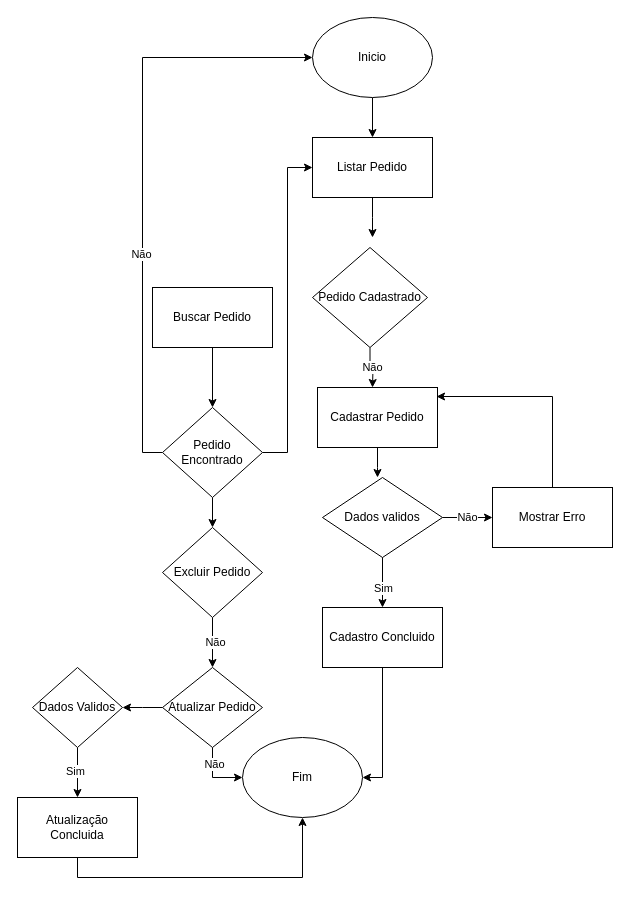
Before: page "Página-6" (5 of 10) of doc/fluxograma.drawio in pati573022/avatarapp, a draw.io diagram. Source tidied: cells renumbered, new cells numbered last; positions are measured from the earlier drawing's top-left corner, leaving out a move shared by most shapes. Both pictures are drawn from the tidied source at 100%, with x=0, y=0 at pixel (17, 17).
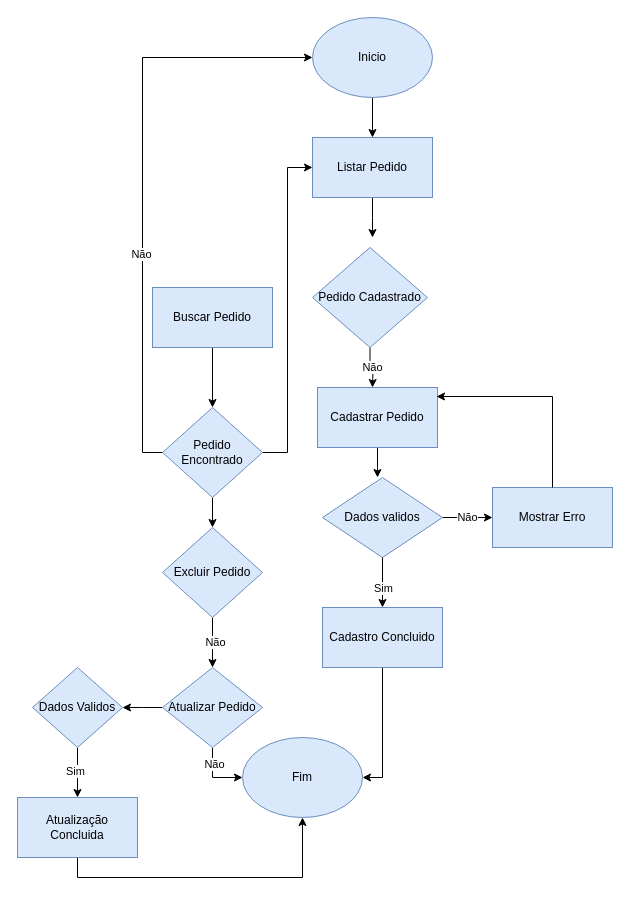
The same page after the edit.

The edit, as a diff of the source:
```diff
@@
-    <mxCell id="3" value="Inicio" style="ellipse;whiteSpace=wrap;html=1;" parent="1" vertex="1">
+    <mxCell id="3" value="Inicio" style="ellipse;whiteSpace=wrap;html=1;fillColor=#dae8fc;strokeColor=#6c8ebf;" parent="1" vertex="1">
       <mxGeometry x="295" width="120" height="80" as="geometry" />
     </mxCell>
@@
-    <mxCell id="5" value="Listar Pedido" style="rounded=0;whiteSpace=wrap;html=1;" parent="1" vertex="1">
+    <mxCell id="5" value="Listar Pedido" style="rounded=0;whiteSpace=wrap;html=1;fillColor=#dae8fc;strokeColor=#6c8ebf;" parent="1" vertex="1">
       <mxGeometry x="295" y="120" width="120" height="60" as="geometry" />
     </mxCell>
@@
-    <mxCell id="7" value="Pedido Cadastrado" style="rhombus;whiteSpace=wrap;html=1;" parent="1" vertex="1">
+    <mxCell id="7" value="Pedido Cadastrado" style="rhombus;whiteSpace=wrap;html=1;fillColor=#dae8fc;strokeColor=#6c8ebf;" parent="1" vertex="1">
       <mxGeometry x="295" y="230" width="115" height="100" as="geometry" />
     </mxCell>
@@
-    <mxCell id="9" value="Cadastrar Pedido" style="rounded=0;whiteSpace=wrap;html=1;" parent="1" vertex="1">
+    <mxCell id="9" value="Cadastrar Pedido" style="rounded=0;whiteSpace=wrap;html=1;fillColor=#dae8fc;strokeColor=#6c8ebf;" parent="1" vertex="1">
       <mxGeometry x="300" y="370" width="120" height="60" as="geometry" />
     </mxCell>
@@
-    <mxCell id="11" value="Dados validos" style="rhombus;whiteSpace=wrap;html=1;" parent="1" vertex="1">
+    <mxCell id="11" value="Dados validos" style="rhombus;whiteSpace=wrap;html=1;fillColor=#dae8fc;strokeColor=#6c8ebf;" parent="1" vertex="1">
       <mxGeometry x="305" y="460" width="120" height="80" as="geometry" />
     </mxCell>
-    <mxCell id="12" value="Mostrar Erro" style="rounded=0;whiteSpace=wrap;html=1;" parent="1" vertex="1">
+    <mxCell id="12" value="Mostrar Erro" style="rounded=0;whiteSpace=wrap;html=1;fillColor=#dae8fc;strokeColor=#6c8ebf;" parent="1" vertex="1">
       <mxGeometry x="475" y="470" width="120" height="60" as="geometry" />
     </mxCell>
@@
-    <mxCell id="17" value="Cadastro Concluido" style="rounded=0;whiteSpace=wrap;html=1;" parent="1" vertex="1">
+    <mxCell id="17" value="Cadastro Concluido" style="rounded=0;whiteSpace=wrap;html=1;fillColor=#dae8fc;strokeColor=#6c8ebf;" parent="1" vertex="1">
       <mxGeometry x="305" y="590" width="120" height="60" as="geometry" />
     </mxCell>
@@
-    <mxCell id="19" value="Buscar Pedido" style="rounded=0;whiteSpace=wrap;html=1;" parent="1" vertex="1">
+    <mxCell id="19" value="Buscar Pedido" style="rounded=0;whiteSpace=wrap;html=1;fillColor=#dae8fc;strokeColor=#6c8ebf;" parent="1" vertex="1">
       <mxGeometry x="135" y="270" width="120" height="60" as="geometry" />
     </mxCell>
@@
-    <mxCell id="24" value="Pedido Encontrado" style="rhombus;whiteSpace=wrap;html=1;" parent="1" vertex="1">
+    <mxCell id="24" value="Pedido Encontrado" style="rhombus;whiteSpace=wrap;html=1;fillColor=#dae8fc;strokeColor=#6c8ebf;" parent="1" vertex="1">
       <mxGeometry x="145" y="390" width="100" height="90" as="geometry" />
     </mxCell>
@@
-    <mxCell id="27" value="Excluir Pedido" style="rhombus;whiteSpace=wrap;html=1;" parent="1" vertex="1">
+    <mxCell id="27" value="Excluir Pedido" style="rhombus;whiteSpace=wrap;html=1;fillColor=#dae8fc;strokeColor=#6c8ebf;" parent="1" vertex="1">
       <mxGeometry x="145" y="510" width="100" height="90" as="geometry" />
     </mxCell>
@@
-    <mxCell id="31" value="Atualizar Pedido" style="rhombus;whiteSpace=wrap;html=1;" parent="1" vertex="1">
+    <mxCell id="31" value="Atualizar Pedido" style="rhombus;whiteSpace=wrap;html=1;fillColor=#dae8fc;strokeColor=#6c8ebf;" parent="1" vertex="1">
       <mxGeometry x="145" y="650" width="100" height="80" as="geometry" />
     </mxCell>
-    <mxCell id="32" value="Fim" style="ellipse;whiteSpace=wrap;html=1;" parent="1" vertex="1">
+    <mxCell id="32" value="Fim" style="ellipse;whiteSpace=wrap;html=1;fillColor=#dae8fc;strokeColor=#6c8ebf;" parent="1" vertex="1">
       <mxGeometry x="225" y="720" width="120" height="80" as="geometry" />
     </mxCell>
@@
-    <mxCell id="34" value="Atualização Concluida" style="rounded=0;whiteSpace=wrap;html=1;" parent="1" vertex="1">
+    <mxCell id="34" value="Atualização Concluida" style="rounded=0;whiteSpace=wrap;html=1;fillColor=#dae8fc;strokeColor=#6c8ebf;" parent="1" vertex="1">
       <mxGeometry y="780" width="120" height="60" as="geometry" />
     </mxCell>
@@
-    <mxCell id="37" value="Dados Validos" style="rhombus;whiteSpace=wrap;html=1;" parent="1" vertex="1">
+    <mxCell id="37" value="Dados Validos" style="rhombus;whiteSpace=wrap;html=1;fillColor=#dae8fc;strokeColor=#6c8ebf;" parent="1" vertex="1">
       <mxGeometry x="15" y="650" width="90" height="80" as="geometry" />
     </mxCell>
```
